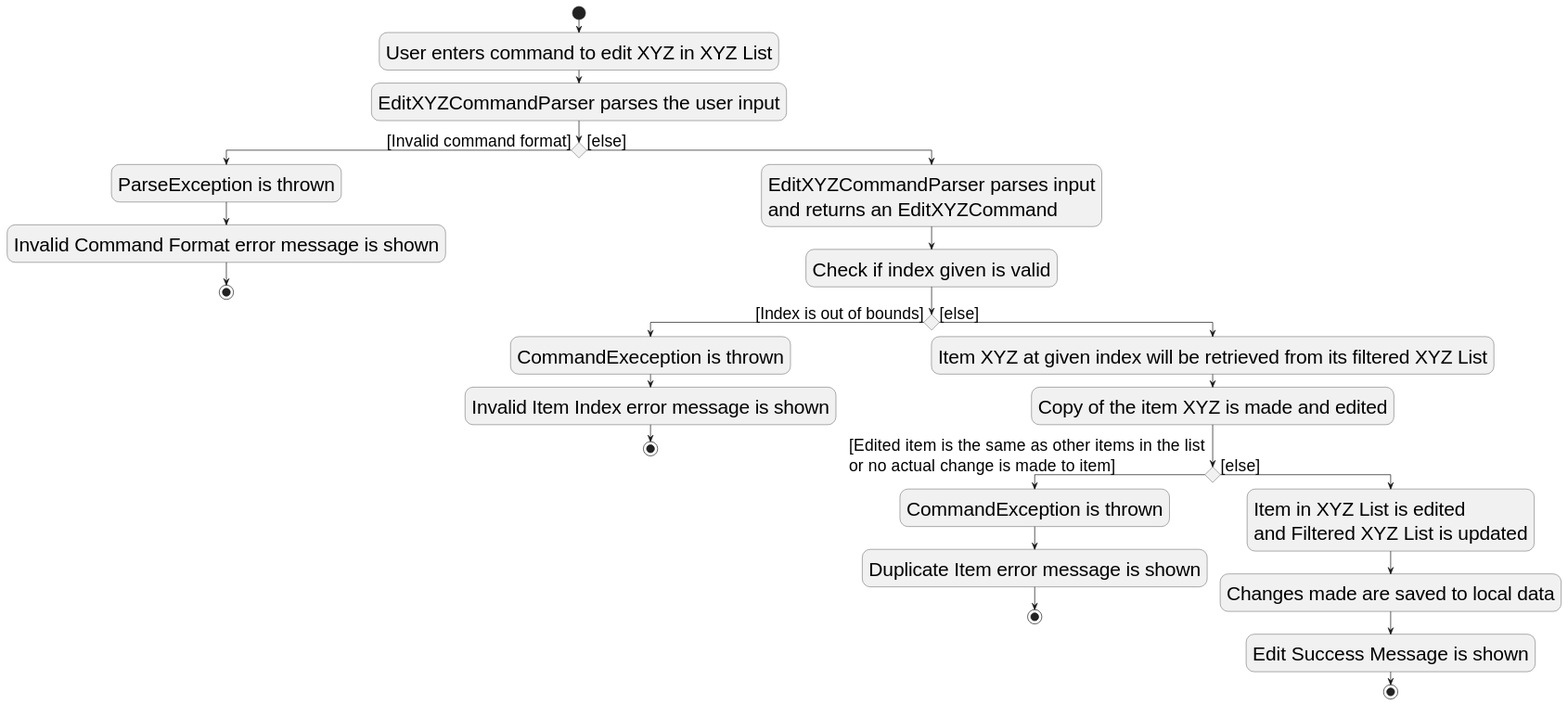
The PlantUML diagram docs/images/EditCommandActivityDiagram.svg in nus-cs2103-AY2223S2/tp, before a commit.
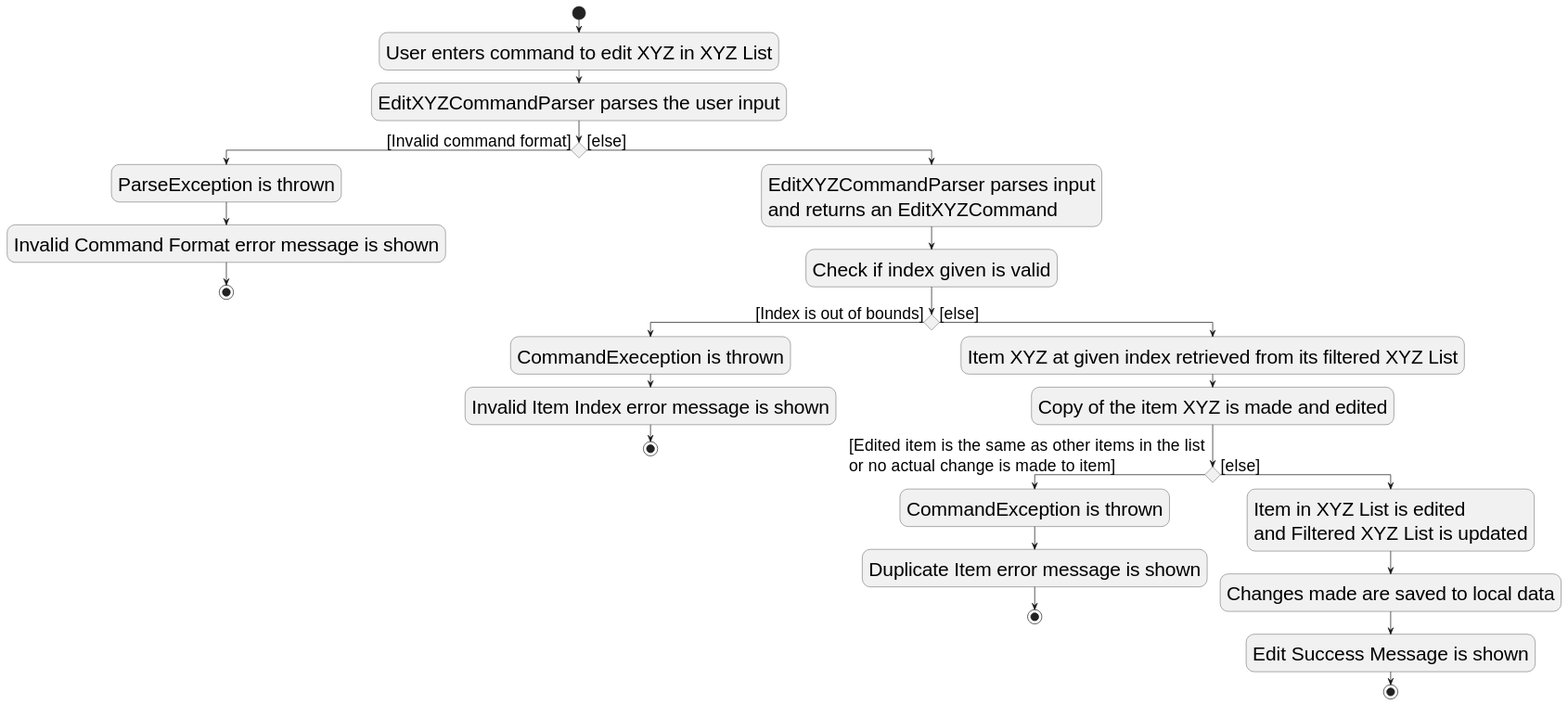
Later version of the same file.

Diff of the diagram source:
```diff
@@ -19,7 +19,7 @@
     :Invalid Item Index error message is shown;
     stop
 else ([else])
-:Item XYZ at given index will be retrieved from its filtered XYZ List;
+:Item XYZ at given index retrieved from its filtered XYZ List;
 :Copy of the item XYZ is made and edited;
 
 if () then ([Edited item is the same as other items in the list
```
